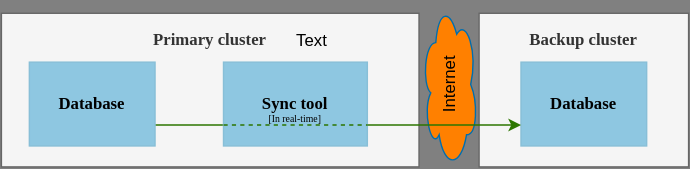
Above: content/en/docs/features/monitoring-and-diagnostics/static/disaster-recovery-active-backup.drawio.svg in plgd-dev/doc (draw.io), before the change. Source tidied: cells renumbered, new cells last; positions are measured from the earlier drawing's top-left corner, leaving out a move shared by most shapes. Its diagram source:
```xml
<mxGraphModel background="#808080">
  <root>
    <mxCell id="0" />
    <mxCell id="1" parent="0" />
    <mxCell id="2" value="Internet" style="ellipse;shape=cloud;whiteSpace=wrap;html=1;fillColor=#FF8000;fontColor=#000000;strokeColor=#006EAF;horizontal=0;" parent="1" vertex="1">
      <mxGeometry x="301" width="40" height="120" as="geometry" />
    </mxCell>
    <mxCell id="3" value="&lt;b&gt;&lt;font face=&quot;Times New Roman&quot;&gt;Primary cluster&lt;br&gt;&lt;br&gt;&lt;br&gt;&lt;br&gt;&lt;br&gt;&lt;/font&gt;&lt;br&gt;&lt;/b&gt;" style="rounded=0;whiteSpace=wrap;html=1;align=center;fillColor=#f5f5f5;fontColor=#333333;strokeColor=#666666;" parent="1" vertex="1">
      <mxGeometry y="9" width="299" height="110" as="geometry" />
    </mxCell>
    <mxCell id="4" value="&lt;b&gt;&lt;font face=&quot;Times New Roman&quot;&gt;Backup cluster&lt;br&gt;&lt;br&gt;&lt;br&gt;&lt;br&gt;&lt;br&gt;&lt;/font&gt;&lt;br&gt;&lt;/b&gt;" style="rounded=0;whiteSpace=wrap;html=1;align=center;fillColor=#f5f5f5;fontColor=#333333;strokeColor=#666666;" parent="1" vertex="1">
      <mxGeometry x="342" y="9" width="150" height="110" as="geometry" />
    </mxCell>
    <mxCell id="5" style="edgeStyle=none;html=1;exitX=1;exitY=0.75;exitDx=0;exitDy=0;entryX=0;entryY=0.75;entryDx=0;entryDy=0;strokeColor=#2D7600;fillColor=#60a917;endArrow=none;endFill=0;" parent="1" edge="1" source="6" target="7">
      <mxGeometry relative="1" as="geometry" />
    </mxCell>
    <mxCell id="6" value="&lt;font style=&quot;font-size: 12px;&quot; face=&quot;Times New Roman&quot; color=&quot;#000000&quot;&gt;&lt;b style=&quot;&quot;&gt;Database&lt;/b&gt;&lt;/font&gt;" style="rounded=0;whiteSpace=wrap;html=1;fillColor=#8EC7E1;strokeColor=#88bfd7;" parent="1" vertex="1">
      <mxGeometry x="20" y="44" width="90" height="60" as="geometry" />
    </mxCell>
    <mxCell id="7" value="&lt;font style=&quot;font-size: 12px;&quot; face=&quot;Times New Roman&quot; color=&quot;#000000&quot;&gt;&lt;b style=&quot;&quot;&gt;Sync tool&lt;/b&gt;&lt;/font&gt;" style="rounded=0;whiteSpace=wrap;html=1;fillColor=#8EC7E1;strokeColor=#88bfd7;" parent="1" vertex="1">
      <mxGeometry x="159" y="44" width="103" height="60" as="geometry" />
    </mxCell>
    <mxCell id="8" value="&lt;font style=&quot;font-size: 12px;&quot; face=&quot;Times New Roman&quot; color=&quot;#000000&quot;&gt;&lt;b style=&quot;&quot;&gt;Database&lt;/b&gt;&lt;/font&gt;" style="rounded=0;whiteSpace=wrap;html=1;fillColor=#8EC7E1;strokeColor=#88bfd7;" parent="1" vertex="1">
      <mxGeometry x="372" y="44" width="90" height="60" as="geometry" />
    </mxCell>
    <mxCell id="9" value="&lt;font style=&quot;font-size: 7px;&quot;&gt;[In real-time]&lt;/font&gt;" style="text;html=1;strokeColor=none;fillColor=none;align=center;verticalAlign=middle;whiteSpace=wrap;rounded=0;fontFamily=Times New Roman;fontSize=8;fontColor=#000000;" parent="1" vertex="1">
      <mxGeometry x="187" y="69" width="47" height="30" as="geometry" />
    </mxCell>
    <mxCell id="10" style="edgeStyle=none;html=1;exitX=1;exitY=0.75;exitDx=0;exitDy=0;entryX=0;entryY=0.75;entryDx=0;entryDy=0;strokeColor=#2D7600;fillColor=#60a917;" parent="1" edge="1" source="7" target="8">
      <mxGeometry relative="1" as="geometry" />
    </mxCell>
    <mxCell id="11" style="edgeStyle=none;html=1;strokeColor=#2D7600;fillColor=#60a917;endArrow=none;endFill=0;dashed=1;" parent="1" edge="1">
      <mxGeometry relative="1" as="geometry">
        <mxPoint x="159" y="89" as="sourcePoint" />
        <mxPoint x="262" y="89" as="targetPoint" />
      </mxGeometry>
    </mxCell>
    <mxCell id="12" value="Text" style="text;html=1;align=center;verticalAlign=middle;strokeColor=none;fillColor=none;" parent="1" vertex="1">
      <mxGeometry x="197" y="14" width="50" height="30" as="geometry" />
    </mxCell>
  </root>
</mxGraphModel>
```
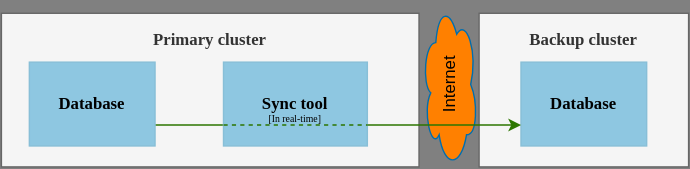
Later version of the same file.

The edit, as a diff of the source:
```diff
@@ -35,8 +35,5 @@
         <mxPoint x="262" y="89" as="targetPoint" />
       </mxGeometry>
     </mxCell>
-    <mxCell id="12" value="Text" style="text;html=1;align=center;verticalAlign=middle;strokeColor=none;fillColor=none;" parent="1" vertex="1">
-      <mxGeometry x="197" y="14" width="50" height="30" as="geometry" />
-    </mxCell>
   </root>
 </mxGraphModel>
```
